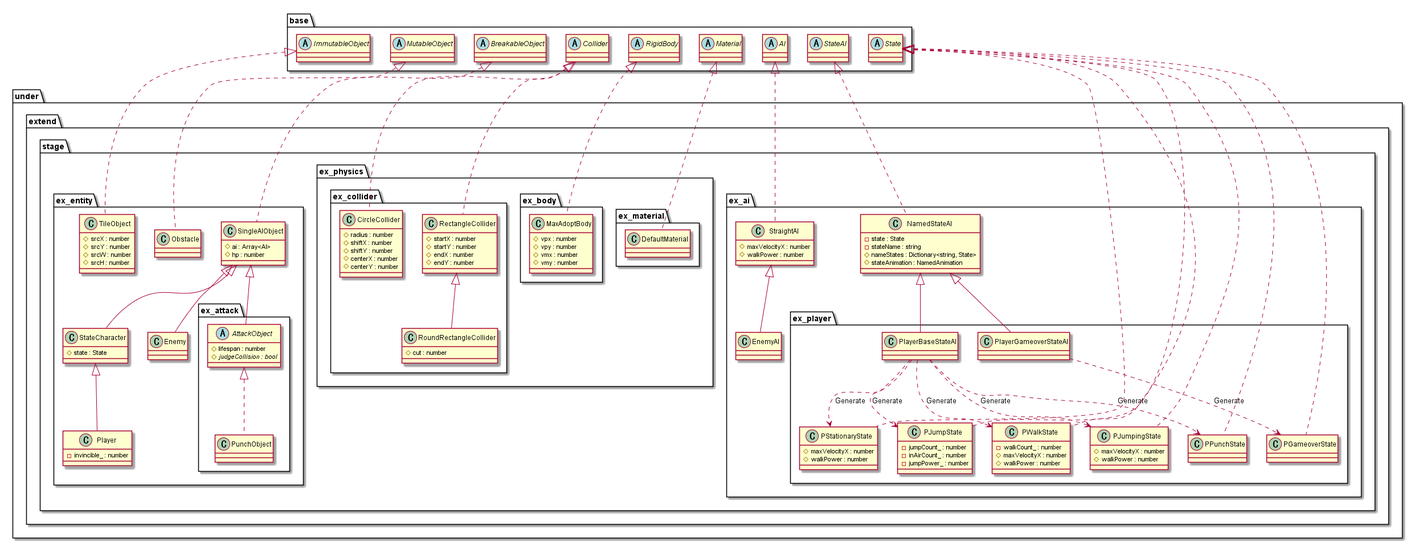
The PlantUML diagram out/uml/entity/Extend/EntityExtend.png in Expine/Under, before a commit. Source of this version:
```plantuml
@startuml EntityExtend
package under {
    package extend {
        package stage {
            package ex_entity {
                class TileObject {
                    #srcX : number
                    #srcY : number
                    #srcW : number
                    #srcH : number
                }
                class Obstacle
                class SingleAIObject {
                    #ai : Array<AI>
                    #hp : number
                }
                class StateCharacter {
                    #state : State
                }
                class Enemy
                class Player {
                    -invincible_ : number
                }

                package ex_attack {
                    abstract AttackObject {
                        #lifespan : number
                        {abstract} #judgeCollision : bool
                    }
                    class PunchObject
                }
            }
            package ex_physics {
                package ex_collider {
                    class CircleCollider {
                        #radius : number
                        #shiftX : number
                        #shiftY : number
                        #centerX : number
                        #centerY : number
                    }
                    class RectangleCollider {
                        #startX : number
                        #startY : number
                        #endX : number
                        #endY : number
                    }
                    class RoundRectangleCollider {
                        #cut : number
                    }
                }
                package ex_body {
                    class MaxAdoptBody {
                        #vpx : number
                        #vpy : number
                        #vmx : number
                        #vmy : number
                    }
                }
                package ex_material {
                    class DefaultMaterial
                }
            }
            package ex_ai {
                class NamedStateAI {
                    -state : State
                    -stateName : string
                    #nameStates : Dictionary<string, State>
                    #stateAnimation : NamedAnimation
                }
                class StraightAI {
                    #maxVelocityX : number
                    #walkPower : number
                }
                class EnemyAI

                package ex_player {
                    class PlayerBaseStateAI
                    class PlayerGameoverStateAI
                    class PStationaryState {
                        #maxVelocityX : number
                        #walkPower : number
                    }
                    class PWalkState {
                        -walkCount_ : number
                        #maxVelocityX : number
                        #walkPower : number
                    }
                    class PJumpState {
                        -jumpCount_ : number
                        -inAirCount_ : number
                        -jumpPower_ : number
                    }
                    class PJumpingState {
                        #maxVelocityX : number
                        #walkPower : number
                    }
                    class PPunchState
                    class PGameoverState
                }
            }
        }
    }
}

package base {
    abstract ImmutableObject
    abstract MutableObject
    abstract BreakableObject
    abstract Collider
    abstract RigidBody
    abstract Material
    abstract AI
    abstract StateAI
    abstract State
}

PlayerBaseStateAI ..> PStationaryState : Generate
PlayerBaseStateAI ..> PWalkState : Generate
PlayerBaseStateAI ..> PJumpState : Generate
PlayerBaseStateAI ..> PJumpingState : Generate
PlayerBaseStateAI ..> PPunchState : Generate

PlayerGameoverStateAI ..> PGameoverState : Generate

ImmutableObject <|.. TileObject
MutableObject <|.. Obstacle
BreakableObject <|.. SingleAIObject
SingleAIObject <|-- StateCharacter
StateCharacter <|-- Player
SingleAIObject <|-- Enemy
SingleAIObject <|-- AttackObject
AttackObject <|.. PunchObject

Collider <|.. RectangleCollider
Collider <|.. CircleCollider
RectangleCollider <|-- RoundRectangleCollider
RigidBody <|.. MaxAdoptBody
Material <|.. DefaultMaterial

StateAI <|.. NamedStateAI
AI <|.. StraightAI
StraightAI <|-- EnemyAI
NamedStateAI <|-- PlayerBaseStateAI
NamedStateAI <|-- PlayerGameoverStateAI

State <|.. PStationaryState
State <|.. PWalkState
State <|.. PJumpState
State <|.. PJumpingState
State <|.. PPunchState
State <|.. PGameoverState

@enduml
```
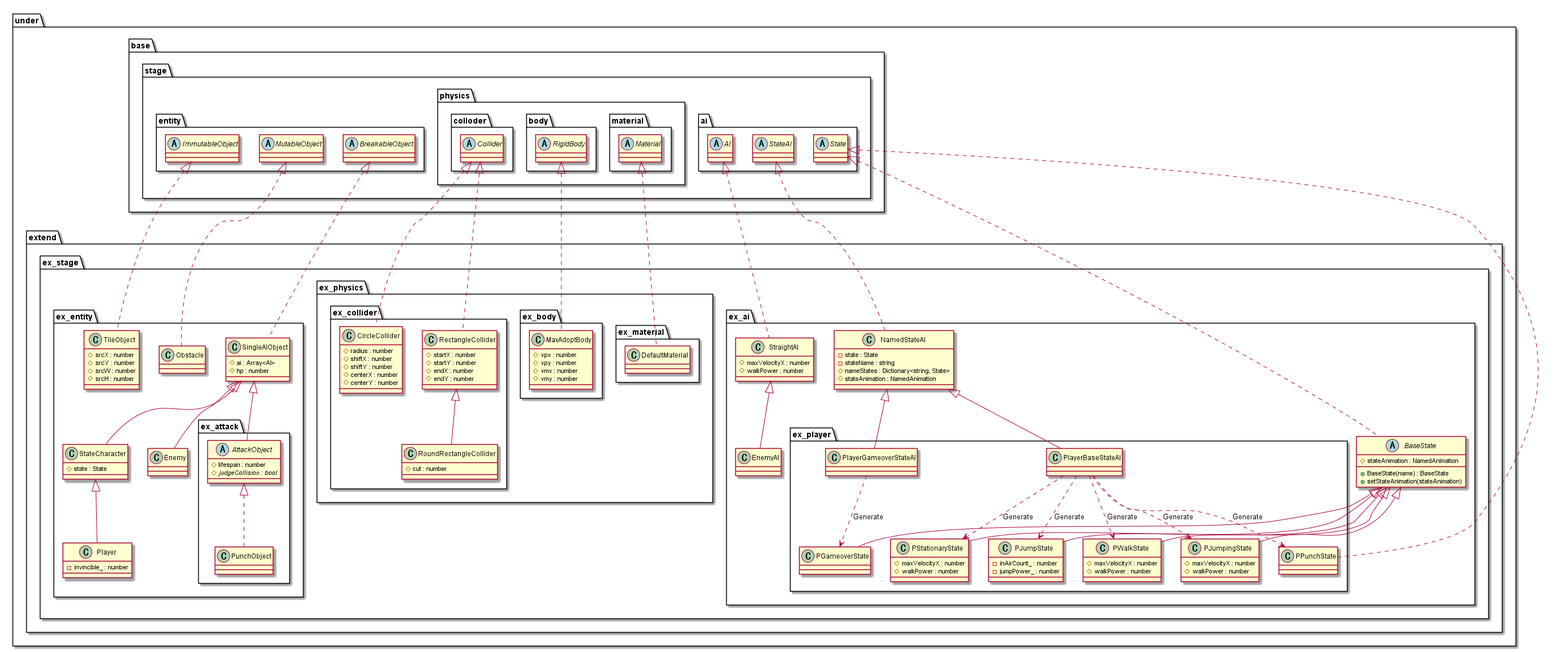
The same diagram one commit later.

The edit, as a diff of the source:
```diff
@@ -1,7 +1,7 @@
 @startuml EntityExtend
 package under {
     package extend {
-        package stage {
+        package ex_stage {
             package ex_entity {
                 class TileObject {
                     #srcX : number
@@ -74,6 +74,12 @@
                 }
                 class EnemyAI
 
+                abstract BaseState {
+                    +BaseState(name) : BaseState
+                    #stateAnimation : NamedAnimation
+                    +setStateAnimation(stateAnimation)
+                }
+
                 package ex_player {
                     class PlayerBaseStateAI
                     class PlayerGameoverStateAI
@@ -82,12 +88,10 @@
                         #walkPower : number
                     }
                     class PWalkState {
-                        -walkCount_ : number
                         #maxVelocityX : number
                         #walkPower : number
                     }
                     class PJumpState {
-                        -jumpCount_ : number
                         -inAirCount_ : number
                         -jumpPower_ : number
                     }
@@ -103,16 +107,32 @@
     }
 }
 
-package base {
-    abstract ImmutableObject
-    abstract MutableObject
-    abstract BreakableObject
-    abstract Collider
-    abstract RigidBody
-    abstract Material
-    abstract AI
-    abstract StateAI
-    abstract State
+package under {
+    package base {
+        package stage {
+            package entity {
+                abstract ImmutableObject
+                abstract MutableObject
+                abstract BreakableObject
+            }
+            package physics {
+                package colloder {
+                    abstract Collider
+                }
+                package body {
+                    abstract RigidBody
+                }
+                package material {
+                    abstract Material
+                }
+            }
+            package ai {
+                abstract AI
+                abstract StateAI
+                abstract State
+            }
+        }
+    }
 }
 
 PlayerBaseStateAI ..> PStationaryState : Generate
@@ -144,11 +164,13 @@
 NamedStateAI <|-- PlayerBaseStateAI
 NamedStateAI <|-- PlayerGameoverStateAI
 
-State <|.. PStationaryState
-State <|.. PWalkState
-State <|.. PJumpState
-State <|.. PJumpingState
+State <|.. BaseState
+BaseState <|-- PStationaryState
+BaseState <|-- PWalkState
+BaseState <|-- PJumpState
+BaseState <|-- PJumpingState
+BaseState <|-- PGameoverState
+
 State <|.. PPunchState
-State <|.. PGameoverState
 
 @enduml
```
